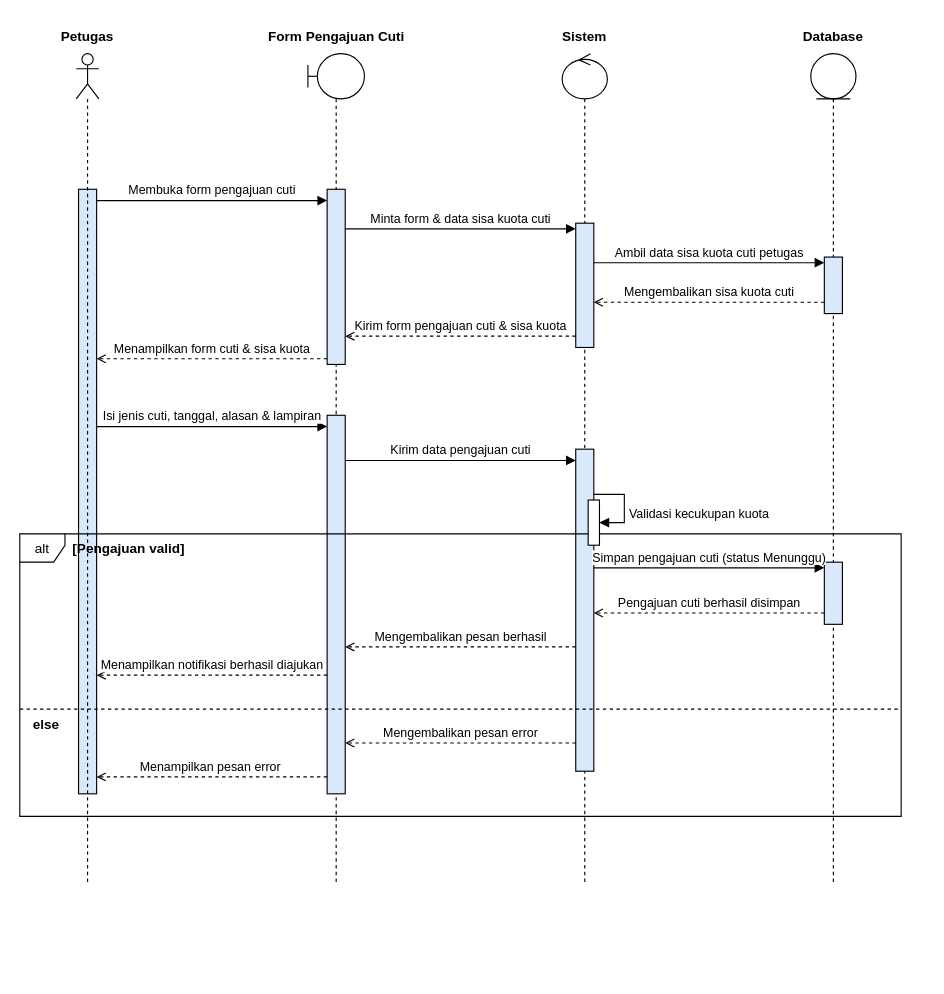
gdamar/laporan-ekinerja keeps this draw.io diagram as page "Mengajukan Cuti" (18 of 21) of diagram/sequence_diagram/sequence_rad_revised_petugas_updated.drawio. Above is the earlier version. Source tidied: cells renumbered, new cells numbered last; positions are measured from the earlier drawing's top-left corner, leaving out a move shared by most shapes. Both pictures are drawn from the tidied source at 113%, with x=0, y=0 at pixel (19, 19).
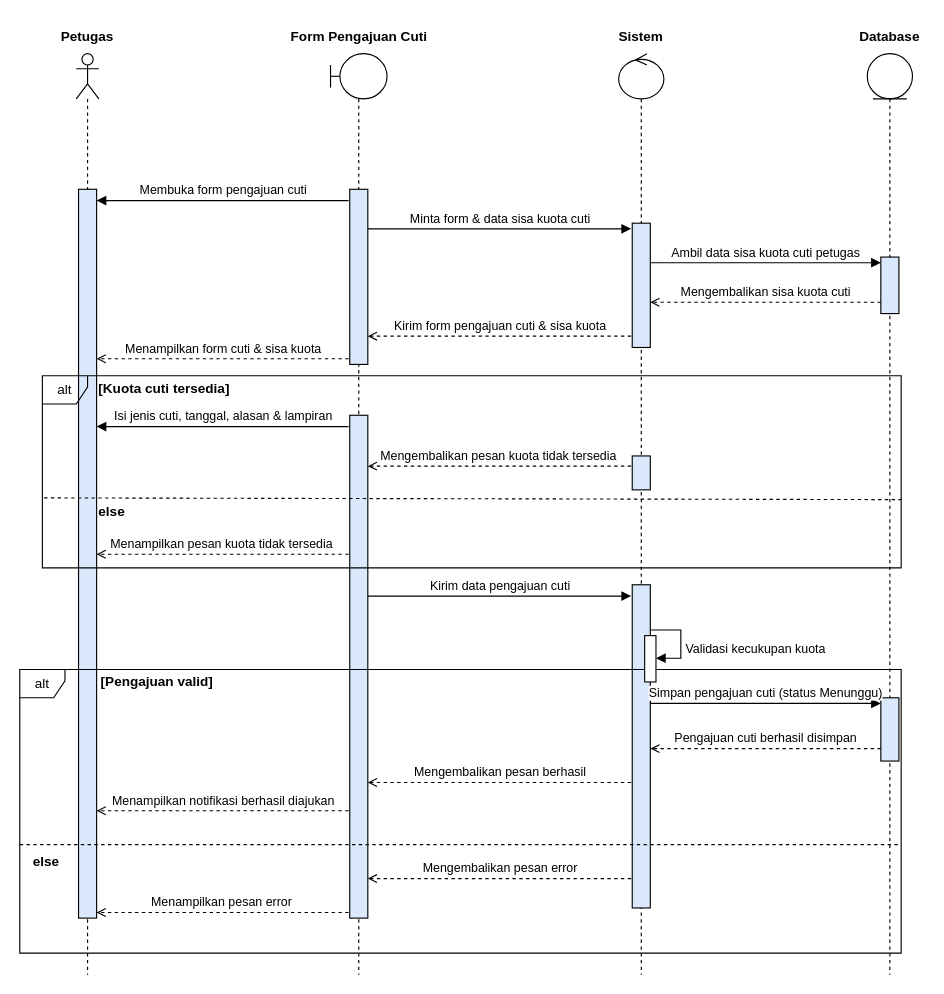
After the change.

What changed in the source:
```diff
@@
+    <mxCell id="3" style="shape=umlLifeline;perimeter=lifelinePerimeter;whiteSpace=wrap;html=1;newEdgeStyle={&quot;edgeStyle&quot;:&quot;sequenceEdgeStyle&quot;,&quot;libavoidRouting&quot;:0,&quot;curved&quot;:0,&quot;rounded&quot;:0};participant=umlActor;" parent="1" vertex="1">
+      <mxGeometry x="50" y="30" width="20" height="815" as="geometry" />
+    </mxCell>
     <mxCell id="2" style="fillColor=#dae8fc;strokeColor=#000000;opacity=100;" parent="1" vertex="1">
-      <mxGeometry x="52" y="150" width="16" height="535" as="geometry" />
+      <mxGeometry x="52" y="150" width="16" height="645" as="geometry" />
     </mxCell>
-    <mxCell id="3" style="shape=umlLifeline;perimeter=lifelinePerimeter;whiteSpace=wrap;html=1;newEdgeStyle={&quot;edgeStyle&quot;:&quot;sequenceEdgeStyle&quot;,&quot;libavoidRouting&quot;:0,&quot;curved&quot;:0,&quot;rounded&quot;:0};participant=umlActor;" parent="1" vertex="1">
-      <mxGeometry x="50" y="30" width="20" height="735" as="geometry" />
-    </mxCell>
@@
     <mxCell id="5" style="shape=umlLifeline;perimeter=lifelinePerimeter;whiteSpace=wrap;html=1;newEdgeStyle={&quot;edgeStyle&quot;:&quot;sequenceEdgeStyle&quot;,&quot;libavoidRouting&quot;:0,&quot;curved&quot;:0,&quot;rounded&quot;:0};participant=umlBoundary;" parent="1" vertex="1">
-      <mxGeometry x="255" y="30" width="50" height="735" as="geometry" />
+      <mxGeometry x="275" y="30" width="50" height="815" as="geometry" />
     </mxCell>
     <mxCell id="6" value="Form Pengajuan Cuti" style="text;html=1;whiteSpace=wrap;strokeColor=none;fillColor=none;align=center;verticalAlign=middle;rounded=0;fontStyle=1;" parent="1" vertex="1">
-      <mxGeometry x="211.5" width="137" height="30" as="geometry" />
+      <mxGeometry x="231.5" width="137" height="30" as="geometry" />
     </mxCell>
     <mxCell id="7" style="shape=umlLifeline;perimeter=lifelinePerimeter;whiteSpace=wrap;html=1;newEdgeStyle={&quot;edgeStyle&quot;:&quot;sequenceEdgeStyle&quot;,&quot;libavoidRouting&quot;:0,&quot;curved&quot;:0,&quot;rounded&quot;:0};participant=umlControl;" parent="1" vertex="1">
-      <mxGeometry x="480" y="30" width="40" height="735" as="geometry" />
+      <mxGeometry x="530" y="30" width="40" height="815" as="geometry" />
     </mxCell>
     <mxCell id="8" value="Sistem" style="text;html=1;whiteSpace=wrap;strokeColor=none;fillColor=none;align=center;verticalAlign=middle;rounded=0;fontStyle=1;" parent="1" vertex="1">
-      <mxGeometry x="470" width="60" height="30" as="geometry" />
+      <mxGeometry x="520" width="60" height="30" as="geometry" />
     </mxCell>
     <mxCell id="9" style="shape=umlLifeline;perimeter=lifelinePerimeter;whiteSpace=wrap;html=1;newEdgeStyle={&quot;edgeStyle&quot;:&quot;sequenceEdgeStyle&quot;,&quot;libavoidRouting&quot;:0,&quot;curved&quot;:0,&quot;rounded&quot;:0};participant=umlEntity;" parent="1" vertex="1">
-      <mxGeometry x="700" y="30" width="40" height="735" as="geometry" />
+      <mxGeometry x="750" y="30" width="40" height="815" as="geometry" />
     </mxCell>
     <mxCell id="10" value="Database" style="text;html=1;whiteSpace=wrap;strokeColor=none;fillColor=none;align=center;verticalAlign=middle;rounded=0;fontStyle=1;" parent="1" vertex="1">
-      <mxGeometry x="690" width="60" height="30" as="geometry" />
+      <mxGeometry x="740" width="60" height="30" as="geometry" />
     </mxCell>
     <mxCell id="11" style="fillColor=#dae8fc;strokeColor=#000000;opacity=100;" parent="1" vertex="1">
-      <mxGeometry x="272" y="150" width="16" height="155" as="geometry" />
+      <mxGeometry x="292" y="150" width="16" height="155" as="geometry" />
     </mxCell>
     <mxCell id="12" style="fillColor=#dae8fc;strokeColor=#000000;opacity=100;" parent="1" vertex="1">
-      <mxGeometry x="492" y="180" width="16" height="110" as="geometry" />
+      <mxGeometry x="542" y="180" width="16" height="110" as="geometry" />
     </mxCell>
     <mxCell id="13" style="fillColor=#dae8fc;strokeColor=#000000;opacity=100;" parent="1" vertex="1">
-      <mxGeometry x="712" y="210" width="16" height="50" as="geometry" />
+      <mxGeometry x="762" y="210" width="16" height="50" as="geometry" />
     </mxCell>
     <mxCell id="14" style="fillColor=#dae8fc;strokeColor=#000000;opacity=100;" parent="1" vertex="1">
-      <mxGeometry x="272" y="350" width="16" height="335" as="geometry" />
+      <mxGeometry x="292" y="350" width="16" height="445" as="geometry" />
     </mxCell>
     <mxCell id="15" style="fillColor=#dae8fc;strokeColor=#000000;opacity=100;" parent="1" vertex="1">
-      <mxGeometry x="492" y="380" width="16" height="285" as="geometry" />
+      <mxGeometry x="542" y="500" width="16" height="286" as="geometry" />
     </mxCell>
     <mxCell id="16" style="fillColor=#dae8fc;strokeColor=#000000;opacity=100;" parent="1" vertex="1">
-      <mxGeometry x="712" y="480" width="16" height="55" as="geometry" />
+      <mxGeometry x="762" y="600" width="16" height="56" as="geometry" />
     </mxCell>
     <mxCell id="17" value="Membuka form pengajuan cuti" style="edgeStyle=none;html=1;strokeColor=#000000;endArrow=block;endFill=1;verticalAlign=bottom;" parent="1" edge="1">
       <mxGeometry as="geometry">
-        <mxPoint x="68" y="160" as="sourcePoint" />
-        <mxPoint x="272" y="160" as="targetPoint" />
+        <mxPoint x="291" y="160" as="sourcePoint" />
+        <mxPoint x="68" y="160" as="targetPoint" />
       </mxGeometry>
     </mxCell>
     <mxCell id="18" value="Minta form &amp; data sisa kuota cuti" style="edgeStyle=none;html=1;strokeColor=#000000;endArrow=block;endFill=1;verticalAlign=bottom;" parent="1" edge="1">
       <mxGeometry as="geometry">
-        <mxPoint x="288" y="185" as="sourcePoint" />
-        <mxPoint x="492" y="185" as="targetPoint" />
+        <mxPoint x="308" y="185" as="sourcePoint" />
+        <mxPoint x="541" y="185" as="targetPoint" />
       </mxGeometry>
     </mxCell>
     <mxCell id="19" value="Ambil data sisa kuota cuti petugas" style="edgeStyle=none;html=1;strokeColor=#000000;endArrow=block;endFill=1;verticalAlign=bottom;" parent="1" edge="1">
       <mxGeometry as="geometry">
-        <mxPoint x="508" y="215" as="sourcePoint" />
-        <mxPoint x="712" y="215" as="targetPoint" />
+        <mxPoint x="558" y="215" as="sourcePoint" />
+        <mxPoint x="762" y="215" as="targetPoint" />
       </mxGeometry>
     </mxCell>
     <mxCell id="20" value="Mengembalikan sisa kuota cuti" style="edgeStyle=none;html=1;dashed=1;strokeColor=#000000;endArrow=open;verticalAlign=bottom;" parent="1" edge="1">
       <mxGeometry as="geometry">
-        <mxPoint x="712" y="250" as="sourcePoint" />
-        <mxPoint x="508" y="250" as="targetPoint" />
+        <mxPoint x="762" y="250" as="sourcePoint" />
+        <mxPoint x="558" y="250" as="targetPoint" />
       </mxGeometry>
     </mxCell>
     <mxCell id="21" value="Kirim form pengajuan cuti &amp; sisa kuota" style="edgeStyle=none;html=1;dashed=1;strokeColor=#000000;endArrow=open;verticalAlign=bottom;" parent="1" edge="1">
       <mxGeometry as="geometry">
-        <mxPoint x="492" y="280" as="sourcePoint" />
-        <mxPoint x="288" y="280" as="targetPoint" />
+        <mxPoint x="541" y="280" as="sourcePoint" />
+        <mxPoint x="308" y="280" as="targetPoint" />
       </mxGeometry>
     </mxCell>
     <mxCell id="22" value="Menampilkan form cuti &amp; sisa kuota" style="edgeStyle=none;html=1;dashed=1;strokeColor=#000000;endArrow=open;verticalAlign=bottom;" parent="1" edge="1">
       <mxGeometry as="geometry">
-        <mxPoint x="272" y="300" as="sourcePoint" />
+        <mxPoint x="291" y="300" as="sourcePoint" />
         <mxPoint x="68" y="300" as="targetPoint" />
       </mxGeometry>
     </mxCell>
     <mxCell id="23" value="Isi jenis cuti, tanggal, alasan &amp; lampiran" style="edgeStyle=none;html=1;strokeColor=#000000;endArrow=block;endFill=1;verticalAlign=bottom;" parent="1" edge="1">
       <mxGeometry as="geometry">
-        <mxPoint x="68" y="360" as="sourcePoint" />
-        <mxPoint x="272" y="360" as="targetPoint" />
+        <mxPoint x="291" y="360" as="sourcePoint" />
+        <mxPoint x="68" y="360" as="targetPoint" />
       </mxGeometry>
     </mxCell>
     <mxCell id="24" value="Kirim data pengajuan cuti" style="edgeStyle=none;html=1;strokeColor=#000000;endArrow=block;endFill=1;verticalAlign=bottom;" parent="1" edge="1">
       <mxGeometry as="geometry">
-        <mxPoint x="288" y="390" as="sourcePoint" />
-        <mxPoint x="492" y="390" as="targetPoint" />
+        <mxPoint x="308" y="510" as="sourcePoint" />
+        <mxPoint x="541" y="510" as="targetPoint" />
       </mxGeometry>
     </mxCell>
     <mxCell id="25" value="Validasi kecukupan kuota" style="edgeStyle=orthogonalEdgeStyle;rounded=0;jettySize=auto;html=1;endArrow=block;strokeColor=#000000;verticalAlign=bottom;" parent="1" edge="1" target="36">
       <mxGeometry as="geometry">
-        <mxPoint x="508" y="420" as="sourcePoint" />
+        <mxPoint x="558" y="540" as="sourcePoint" />
         <Array as="points">
-          <mxPoint x="535" y="420" />
-          <mxPoint x="535" y="445" />
+          <mxPoint x="585" y="540" />
+          <mxPoint x="585" y="565" />
         </Array>
         <mxPoint x="90" y="13" as="offset" />
       </mxGeometry>
     </mxCell>
     <mxCell id="26" value="alt" style="shape=umlFrame;whiteSpace=wrap;html=1;fillColor=none;strokeColor=#000000;width=40;height=25;" parent="1" vertex="1">
-      <mxGeometry y="455" width="780" height="250" as="geometry" />
+      <mxGeometry y="575" width="780" height="251" as="geometry" />
     </mxCell>
     <mxCell id="27" value="[Pengajuan valid]" style="text;html=1;whiteSpace=wrap;strokeColor=none;fillColor=none;fontSize=12;fontStyle=1;align=left;verticalAlign=middle;" parent="1" vertex="1">
-      <mxGeometry x="45" y="458" width="300" height="20" as="geometry" />
+      <mxGeometry x="70" y="575" width="300" height="21" as="geometry" />
     </mxCell>
     <mxCell id="28" value="Simpan pengajuan cuti (status Menunggu)" style="edgeStyle=none;html=1;strokeColor=#000000;endArrow=block;endFill=1;verticalAlign=bottom;" parent="1" edge="1">
       <mxGeometry as="geometry">
-        <mxPoint x="508" y="485" as="sourcePoint" />
-        <mxPoint x="712" y="485" as="targetPoint" />
+        <mxPoint x="558" y="605" as="sourcePoint" />
+        <mxPoint x="762" y="605" as="targetPoint" />
       </mxGeometry>
     </mxCell>
     <mxCell id="29" value="Pengajuan cuti berhasil disimpan" style="edgeStyle=none;html=1;dashed=1;strokeColor=#000000;endArrow=open;verticalAlign=bottom;" parent="1" edge="1">
       <mxGeometry as="geometry">
-        <mxPoint x="712" y="525" as="sourcePoint" />
-        <mxPoint x="508" y="525" as="targetPoint" />
+        <mxPoint x="762" y="645" as="sourcePoint" />
+        <mxPoint x="558" y="645" as="targetPoint" />
       </mxGeometry>
     </mxCell>
     <mxCell id="30" value="Mengembalikan pesan berhasil" style="edgeStyle=none;html=1;dashed=1;strokeColor=#000000;endArrow=open;verticalAlign=bottom;" parent="1" edge="1">
       <mxGeometry as="geometry">
-        <mxPoint x="492" y="555" as="sourcePoint" />
-        <mxPoint x="288" y="555" as="targetPoint" />
+        <mxPoint x="541" y="675" as="sourcePoint" />
+        <mxPoint x="308" y="675" as="targetPoint" />
       </mxGeometry>
     </mxCell>
     <mxCell id="31" value="Menampilkan notifikasi berhasil diajukan" style="edgeStyle=none;html=1;dashed=1;strokeColor=#000000;endArrow=open;verticalAlign=bottom;" parent="1" edge="1">
       <mxGeometry as="geometry">
-        <mxPoint x="272" y="580" as="sourcePoint" />
-        <mxPoint x="68" y="580" as="targetPoint" />
+        <mxPoint x="291" y="700" as="sourcePoint" />
+        <mxPoint x="68" y="700" as="targetPoint" />
       </mxGeometry>
     </mxCell>
     <mxCell id="32" style="endArrow=none;dashed=1;html=1;rounded=0;strokeColor=#000000;" parent="1" edge="1">
       <mxGeometry as="geometry">
-        <mxPoint y="610" as="sourcePoint" />
-        <mxPoint x="780" y="610" as="targetPoint" />
+        <mxPoint y="730" as="sourcePoint" />
+        <mxPoint x="780" y="730" as="targetPoint" />
       </mxGeometry>
     </mxCell>
     <mxCell id="33" value="else" style="text;html=1;whiteSpace=wrap;strokeColor=none;fillColor=none;fontSize=12;fontStyle=1;align=left;verticalAlign=middle;" parent="1" vertex="1">
-      <mxGeometry x="10" y="614" width="80" height="20" as="geometry" />
+      <mxGeometry x="10" y="734" width="80" height="21" as="geometry" />
     </mxCell>
     <mxCell id="34" value="Mengembalikan pesan error" style="edgeStyle=none;html=1;dashed=1;strokeColor=#000000;endArrow=open;verticalAlign=bottom;" parent="1" edge="1">
       <mxGeometry as="geometry">
-        <mxPoint x="492" y="640" as="sourcePoint" />
-        <mxPoint x="288" y="640" as="targetPoint" />
+        <mxPoint x="541" y="760" as="sourcePoint" />
+        <mxPoint x="308" y="760" as="targetPoint" />
       </mxGeometry>
     </mxCell>
     <mxCell id="35" value="Menampilkan pesan error&amp;nbsp;" style="edgeStyle=none;html=1;dashed=1;strokeColor=#000000;endArrow=open;verticalAlign=bottom;" parent="1" edge="1">
       <mxGeometry as="geometry">
-        <mxPoint x="272" y="670" as="sourcePoint" />
-        <mxPoint x="68" y="670" as="targetPoint" />
+        <mxPoint x="291" y="790" as="sourcePoint" />
+        <mxPoint x="68" y="790" as="targetPoint" />
       </mxGeometry>
     </mxCell>
     <mxCell id="36" style="html=1;points=[[0,0,0,0,5],[0,1,0,0,-5],[1,0,0,0,5],[1,1,0,0,-5]];perimeter=orthogonalPerimeter;outlineConnect=0;targetShapes=umlLifeline;portConstraint=eastwest;newEdgeStyle={&quot;edgeStyle&quot;:&quot;sequenceEdgeStyle&quot;,&quot;libavoidRouting&quot;:0,&quot;curved&quot;:0,&quot;rounded&quot;:0};" parent="1" vertex="1">
-      <mxGeometry x="503" y="425" width="10" height="40" as="geometry" />
+      <mxGeometry x="553" y="545" width="10" height="41" as="geometry" />
     </mxCell>
+    <mxCell id="37" value="alt" style="shape=umlFrame;whiteSpace=wrap;html=1;fillColor=none;strokeColor=#000000;width=40;height=25;" parent="1" vertex="1">
+      <mxGeometry x="20" y="315" width="760" height="170" as="geometry" />
+    </mxCell>
+    <mxCell id="38" value="[Kuota cuti tersedia]" style="text;html=1;whiteSpace=wrap;strokeColor=none;fillColor=none;fontSize=12;fontStyle=1;align=left;verticalAlign=middle;" parent="1" vertex="1">
+      <mxGeometry x="68" y="317" width="300" height="20" as="geometry" />
+    </mxCell>
+    <mxCell id="39" value="else" style="text;html=1;whiteSpace=wrap;strokeColor=none;fillColor=none;fontSize=12;fontStyle=1;align=left;verticalAlign=middle;" parent="1" vertex="1">
+      <mxGeometry x="68" y="425" width="80" height="21" as="geometry" />
+    </mxCell>
+    <mxCell id="40" value="Mengembalikan pesan kuota tidak tersedia&amp;nbsp;" style="edgeStyle=none;html=1;dashed=1;strokeColor=#000000;endArrow=open;verticalAlign=bottom;" parent="1" edge="1">
+      <mxGeometry as="geometry">
+        <mxPoint x="541" y="395" as="sourcePoint" />
+        <mxPoint x="308" y="395" as="targetPoint" />
+      </mxGeometry>
+    </mxCell>
+    <mxCell id="41" value="Menampilkan pesan kuota tidak tersedia&amp;nbsp;" style="edgeStyle=none;html=1;dashed=1;strokeColor=#000000;endArrow=open;verticalAlign=bottom;" parent="1" edge="1">
+      <mxGeometry as="geometry">
+        <mxPoint x="291" y="473" as="sourcePoint" />
+        <mxPoint x="68" y="473" as="targetPoint" />
+      </mxGeometry>
+    </mxCell>
+    <mxCell id="42" style="endArrow=none;dashed=1;html=1;rounded=0;defaultLabelBackgroundColor=page;exitX=0.002;exitY=0.636;exitDx=0;exitDy=0;exitPerimeter=0;entryX=1.001;entryY=0.645;entryDx=0;entryDy=0;entryPerimeter=0;" parent="1" edge="1" source="37" target="37">
+      <mxGeometry relative="1" as="geometry" />
+    </mxCell>
+    <mxCell id="43" style="fillColor=#dae8fc;strokeColor=#000000;opacity=100;" parent="1" vertex="1">
+      <mxGeometry x="542" y="386" width="16" height="30" as="geometry" />
+    </mxCell>
```
